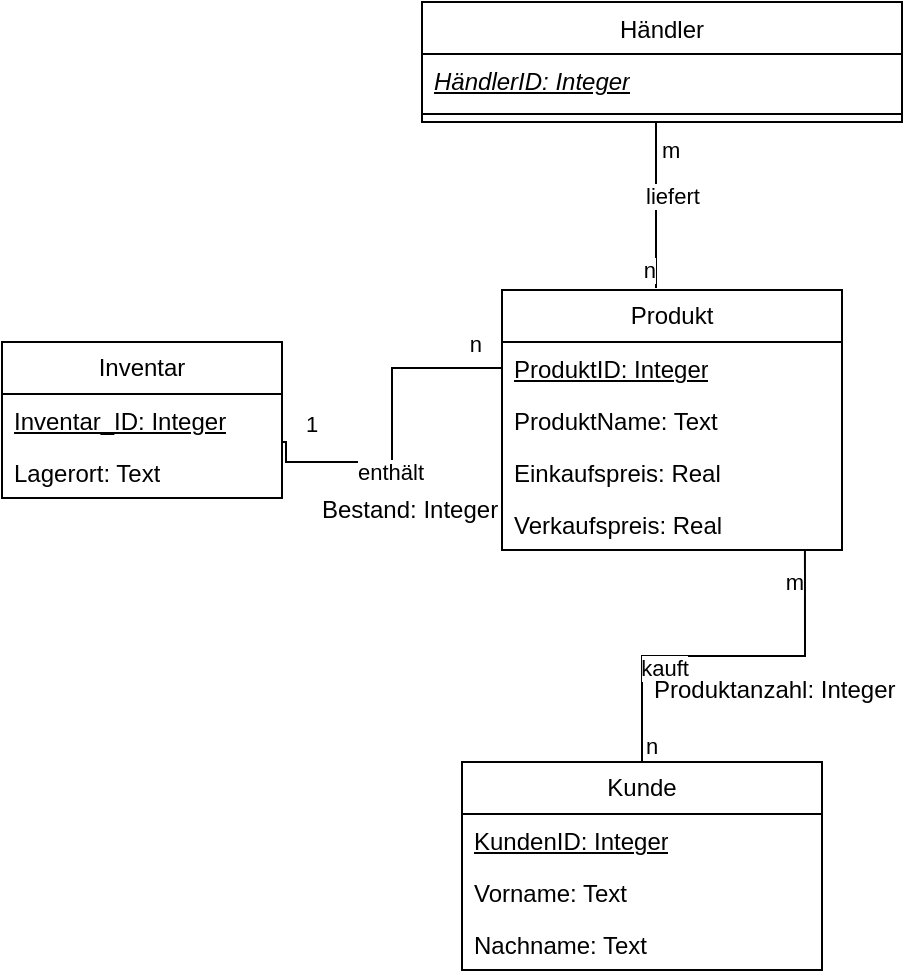
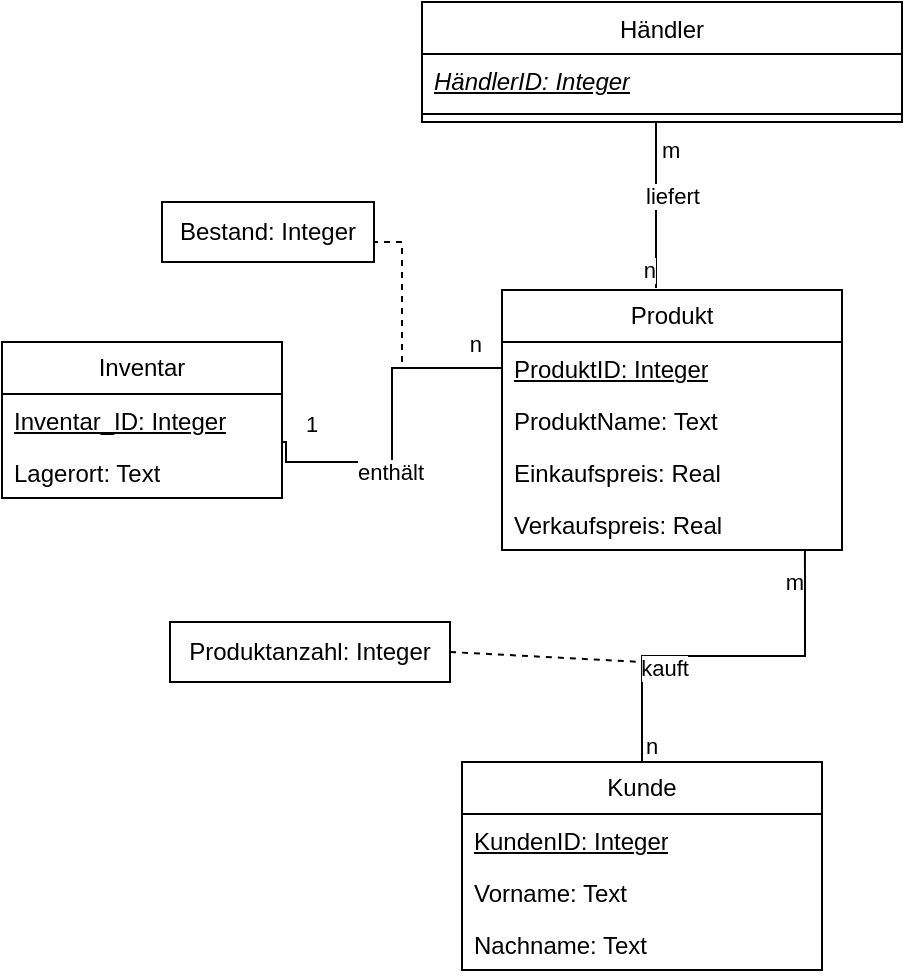
<mxfile host="Electron" agent="Mozilla/5.0 (Windows NT 10.0; Win64; x64) AppleWebKit/537.36 (KHTML, like Gecko) draw.io/23.1.5 Chrome/120.0.6099.109 Electron/28.1.0 Safari/537.36">
  <diagram name="Seite-1" id="zRFhC1JhQhvgA2iYbmPQ">
-     <mxGraphModel dx="589" dy="512" grid="1" gridSize="10" guides="1" tooltips="1" connect="1" arrows="1" fold="1" page="1" pageScale="1" pageWidth="827" pageHeight="1169" math="0" shadow="0">
+     <mxGraphModel dx="1356" dy="885" grid="1" gridSize="10" guides="1" tooltips="1" connect="1" arrows="1" fold="1" page="1" pageScale="1" pageWidth="827" pageHeight="1169" math="0" shadow="0">
      <root>
        <mxCell id="0" />
        <mxCell id="1" parent="0" />
        <mxCell id="Is3GVWOtyZzmBliWF83r-1" parent="1" style="swimlane;fontStyle=0;childLayout=stackLayout;horizontal=1;startSize=26;fillColor=none;horizontalStack=0;resizeParent=1;resizeParentMax=0;resizeLast=0;collapsible=1;marginBottom=0;whiteSpace=wrap;html=1;" value="Inventar" vertex="1">
          <mxGeometry height="78" width="140" x="260" y="340" as="geometry" />
        </mxCell>
        <mxCell id="Is3GVWOtyZzmBliWF83r-2" parent="Is3GVWOtyZzmBliWF83r-1" style="text;strokeColor=none;fillColor=none;align=left;verticalAlign=top;spacingLeft=4;spacingRight=4;overflow=hidden;rotatable=0;points=[[0,0.5],[1,0.5]];portConstraint=eastwest;whiteSpace=wrap;html=1;" value="&lt;u&gt;Inventar_ID: Integer&lt;/u&gt;" vertex="1">
          <mxGeometry height="26" width="140" y="26" as="geometry" />
        </mxCell>
        <mxCell id="yu2kc8jbZQRpU0shBopS-1" parent="Is3GVWOtyZzmBliWF83r-1" style="text;strokeColor=none;fillColor=none;align=left;verticalAlign=top;spacingLeft=4;spacingRight=4;overflow=hidden;rotatable=0;points=[[0,0.5],[1,0.5]];portConstraint=eastwest;whiteSpace=wrap;html=1;" value="Lagerort: Text" vertex="1">
          <mxGeometry height="26" width="140" y="52" as="geometry" />
        </mxCell>
        <mxCell id="Is3GVWOtyZzmBliWF83r-5" parent="1" style="swimlane;fontStyle=0;childLayout=stackLayout;horizontal=1;startSize=26;fillColor=none;horizontalStack=0;resizeParent=1;resizeParentMax=0;resizeLast=0;collapsible=1;marginBottom=0;whiteSpace=wrap;html=1;" value="Produkt" vertex="1">
          <mxGeometry height="130" width="170" x="510" y="314" as="geometry" />
        </mxCell>
        <mxCell id="Is3GVWOtyZzmBliWF83r-6" parent="Is3GVWOtyZzmBliWF83r-5" style="text;strokeColor=none;fillColor=none;align=left;verticalAlign=top;spacingLeft=4;spacingRight=4;overflow=hidden;rotatable=0;points=[[0,0.5],[1,0.5]];portConstraint=eastwest;whiteSpace=wrap;html=1;" value="&lt;u&gt;ProduktID: Integer&lt;/u&gt;" vertex="1">
          <mxGeometry height="26" width="170" y="26" as="geometry" />
        </mxCell>
        <mxCell id="Is3GVWOtyZzmBliWF83r-7" parent="Is3GVWOtyZzmBliWF83r-5" style="text;strokeColor=none;fillColor=none;align=left;verticalAlign=top;spacingLeft=4;spacingRight=4;overflow=hidden;rotatable=0;points=[[0,0.5],[1,0.5]];portConstraint=eastwest;whiteSpace=wrap;html=1;" value="ProduktName: Text" vertex="1">
          <mxGeometry height="26" width="170" y="52" as="geometry" />
        </mxCell>
        <mxCell id="9d2SOzoO8xg9qqlNjvsp-9" parent="Is3GVWOtyZzmBliWF83r-5" style="text;strokeColor=none;fillColor=none;align=left;verticalAlign=top;spacingLeft=4;spacingRight=4;overflow=hidden;rotatable=0;points=[[0,0.5],[1,0.5]];portConstraint=eastwest;whiteSpace=wrap;html=1;" value="Einkaufspreis: Real" vertex="1">
          <mxGeometry height="26" width="170" y="78" as="geometry" />
        </mxCell>
        <mxCell id="Ql6vv8n3iQn83vTSMOCl-1" parent="Is3GVWOtyZzmBliWF83r-5" style="text;strokeColor=none;fillColor=none;align=left;verticalAlign=top;spacingLeft=4;spacingRight=4;overflow=hidden;rotatable=0;points=[[0,0.5],[1,0.5]];portConstraint=eastwest;whiteSpace=wrap;html=1;" value="Verkaufspreis: Real" vertex="1">
          <mxGeometry height="26" width="170" y="104" as="geometry" />
        </mxCell>
        <mxCell id="Is3GVWOtyZzmBliWF83r-9" parent="1" style="swimlane;fontStyle=1;align=center;verticalAlign=top;childLayout=stackLayout;horizontal=1;startSize=26;horizontalStack=0;resizeParent=1;resizeParentMax=0;resizeLast=0;collapsible=1;marginBottom=0;whiteSpace=wrap;html=1;" value="&lt;span style=&quot;font-weight: normal;&quot;&gt;Händler&lt;/span&gt;" vertex="1">
          <mxGeometry height="60" width="240" x="470" y="170" as="geometry" />
        </mxCell>
        <mxCell id="Is3GVWOtyZzmBliWF83r-10" parent="Is3GVWOtyZzmBliWF83r-9" style="text;strokeColor=none;fillColor=none;align=left;verticalAlign=top;spacingLeft=4;spacingRight=4;overflow=hidden;rotatable=0;points=[[0,0.5],[1,0.5]];portConstraint=eastwest;whiteSpace=wrap;html=1;" value="&lt;u&gt;&lt;i&gt;HändlerID: Integer&lt;/i&gt;&lt;/u&gt;" vertex="1">
          <mxGeometry height="26" width="240" y="26" as="geometry" />
        </mxCell>
        <mxCell id="Is3GVWOtyZzmBliWF83r-11" parent="Is3GVWOtyZzmBliWF83r-9" style="line;strokeWidth=1;fillColor=none;align=left;verticalAlign=middle;spacingTop=-1;spacingLeft=3;spacingRight=3;rotatable=0;labelPosition=right;points=[];portConstraint=eastwest;strokeColor=inherit;" value="" vertex="1">
          <mxGeometry height="8" width="240" y="52" as="geometry" />
        </mxCell>
        <mxCell id="Is3GVWOtyZzmBliWF83r-13" parent="1" style="swimlane;fontStyle=0;childLayout=stackLayout;horizontal=1;startSize=26;fillColor=none;horizontalStack=0;resizeParent=1;resizeParentMax=0;resizeLast=0;collapsible=1;marginBottom=0;whiteSpace=wrap;html=1;" value="Kunde" vertex="1">
          <mxGeometry height="104" width="180" x="490" y="550" as="geometry" />
        </mxCell>
        <mxCell id="Is3GVWOtyZzmBliWF83r-19" parent="Is3GVWOtyZzmBliWF83r-13" style="text;strokeColor=none;fillColor=none;align=left;verticalAlign=top;spacingLeft=4;spacingRight=4;overflow=hidden;rotatable=0;points=[[0,0.5],[1,0.5]];portConstraint=eastwest;whiteSpace=wrap;html=1;" value="&lt;u&gt;KundenID: Integer&lt;/u&gt;" vertex="1">
          <mxGeometry height="26" width="180" y="26" as="geometry" />
        </mxCell>
        <mxCell id="Is3GVWOtyZzmBliWF83r-15" parent="Is3GVWOtyZzmBliWF83r-13" style="text;strokeColor=none;fillColor=none;align=left;verticalAlign=top;spacingLeft=4;spacingRight=4;overflow=hidden;rotatable=0;points=[[0,0.5],[1,0.5]];portConstraint=eastwest;whiteSpace=wrap;html=1;" value="Vorname: Text" vertex="1">
          <mxGeometry height="26" width="180" y="52" as="geometry" />
        </mxCell>
        <mxCell id="Is3GVWOtyZzmBliWF83r-16" parent="Is3GVWOtyZzmBliWF83r-13" style="text;strokeColor=none;fillColor=none;align=left;verticalAlign=top;spacingLeft=4;spacingRight=4;overflow=hidden;rotatable=0;points=[[0,0.5],[1,0.5]];portConstraint=eastwest;whiteSpace=wrap;html=1;" value="Nachname: Text" vertex="1">
          <mxGeometry height="26" width="180" y="78" as="geometry" />
        </mxCell>
        <mxCell id="Is3GVWOtyZzmBliWF83r-27" edge="1" parent="1" source="Is3GVWOtyZzmBliWF83r-13" style="endArrow=none;html=1;edgeStyle=orthogonalEdgeStyle;rounded=0;exitX=0.5;exitY=0;exitDx=0;exitDy=0;entryX=0.891;entryY=0.98;entryDx=0;entryDy=0;entryPerimeter=0;" target="Ql6vv8n3iQn83vTSMOCl-1" value="">
          <mxGeometry relative="1" as="geometry">
            <mxPoint x="500" y="500" as="sourcePoint" />
            <mxPoint x="600" y="430" as="targetPoint" />
          </mxGeometry>
        </mxCell>
        <mxCell id="Is3GVWOtyZzmBliWF83r-28" connectable="0" parent="Is3GVWOtyZzmBliWF83r-27" style="edgeLabel;resizable=0;html=1;align=left;verticalAlign=bottom;" value="n" vertex="1">
          <mxGeometry relative="1" x="-1" as="geometry" />
        </mxCell>
        <mxCell id="Is3GVWOtyZzmBliWF83r-29" connectable="0" parent="Is3GVWOtyZzmBliWF83r-27" style="edgeLabel;resizable=0;html=1;align=right;verticalAlign=bottom;" value="m" vertex="1">
          <mxGeometry relative="1" x="1" as="geometry">
            <mxPoint y="25" as="offset" />
          </mxGeometry>
        </mxCell>
        <mxCell id="Is3GVWOtyZzmBliWF83r-30" connectable="0" parent="Is3GVWOtyZzmBliWF83r-27" style="edgeLabel;html=1;align=center;verticalAlign=middle;resizable=0;points=[];" value="kauft" vertex="1">
          <mxGeometry relative="1" x="-0.3267" y="-6" as="geometry">
            <mxPoint as="offset" />
          </mxGeometry>
        </mxCell>
        <mxCell id="Is3GVWOtyZzmBliWF83r-33" edge="1" parent="1" style="endArrow=none;html=1;edgeStyle=orthogonalEdgeStyle;rounded=0;entryX=0.55;entryY=0.01;entryDx=0;entryDy=0;entryPerimeter=0;exitX=0.492;exitY=1.077;exitDx=0;exitDy=0;exitPerimeter=0;" value="">
          <mxGeometry relative="1" as="geometry">
            <Array as="points">
              <mxPoint x="587" y="230" />
            </Array>
            <mxPoint x="588.0799999999999" y="230.00199999999995" as="sourcePoint" />
            <mxPoint x="587" y="313.03999999999996" as="targetPoint" />
          </mxGeometry>
        </mxCell>
        <mxCell id="Is3GVWOtyZzmBliWF83r-34" connectable="0" parent="Is3GVWOtyZzmBliWF83r-33" style="edgeLabel;resizable=0;html=1;align=left;verticalAlign=bottom;" value="m" vertex="1">
          <mxGeometry relative="1" x="-1" as="geometry">
            <mxPoint y="22" as="offset" />
          </mxGeometry>
        </mxCell>
        <mxCell id="Is3GVWOtyZzmBliWF83r-35" connectable="0" parent="Is3GVWOtyZzmBliWF83r-33" style="edgeLabel;resizable=0;html=1;align=right;verticalAlign=bottom;" value="n" vertex="1">
          <mxGeometry relative="1" x="1" as="geometry" />
        </mxCell>
        <mxCell id="Is3GVWOtyZzmBliWF83r-36" connectable="0" parent="Is3GVWOtyZzmBliWF83r-33" style="edgeLabel;html=1;align=center;verticalAlign=middle;resizable=0;points=[];" value="liefert" vertex="1">
          <mxGeometry relative="1" x="-0.0946" y="8" as="geometry">
            <mxPoint as="offset" />
          </mxGeometry>
        </mxCell>
        <mxCell id="Is3GVWOtyZzmBliWF83r-38" edge="1" parent="1" source="Is3GVWOtyZzmBliWF83r-2" style="endArrow=none;html=1;edgeStyle=orthogonalEdgeStyle;rounded=0;entryX=0;entryY=0.5;entryDx=0;entryDy=0;exitX=1;exitY=0.923;exitDx=0;exitDy=0;exitPerimeter=0;" target="Is3GVWOtyZzmBliWF83r-5" value="">
          <mxGeometry relative="1" as="geometry">
            <Array as="points">
              <mxPoint x="402" y="390" />
              <mxPoint x="402" y="400" />
              <mxPoint x="455" y="400" />
              <mxPoint x="455" y="353" />
            </Array>
            <mxPoint x="330" y="430" as="sourcePoint" />
            <mxPoint x="490" y="430" as="targetPoint" />
          </mxGeometry>
        </mxCell>
        <mxCell id="Is3GVWOtyZzmBliWF83r-39" connectable="0" parent="Is3GVWOtyZzmBliWF83r-38" style="edgeLabel;resizable=0;html=1;align=left;verticalAlign=bottom;" value="1" vertex="1">
          <mxGeometry relative="1" x="-1" as="geometry">
            <mxPoint x="10" as="offset" />
          </mxGeometry>
        </mxCell>
        <mxCell id="Is3GVWOtyZzmBliWF83r-40" connectable="0" parent="Is3GVWOtyZzmBliWF83r-38" style="edgeLabel;resizable=0;html=1;align=right;verticalAlign=bottom;" value="n" vertex="1">
          <mxGeometry relative="1" x="1" as="geometry">
            <mxPoint x="-10" y="-29" as="offset" />
          </mxGeometry>
        </mxCell>
        <mxCell id="9d2SOzoO8xg9qqlNjvsp-1" connectable="0" parent="1" style="edgeLabel;html=1;align=center;verticalAlign=middle;resizable=0;points=[];" value="enthält" vertex="1">
          <mxGeometry x="430" y="470" as="geometry">
            <mxPoint x="24" y="-65" as="offset" />
          </mxGeometry>
        </mxCell>
-         <mxCell id="9d2SOzoO8xg9qqlNjvsp-8" parent="1" style="text;strokeColor=none;fillColor=none;align=left;verticalAlign=top;spacingLeft=4;spacingRight=4;overflow=hidden;rotatable=0;points=[[0,0.5],[1,0.5]];portConstraint=eastwest;whiteSpace=wrap;html=1;" value="Produktanzahl: Integer" vertex="1">
-           <mxGeometry height="30" width="140" x="580" y="500" as="geometry" />
+         <mxCell id="hmuFkYNM-rkcYEKJGIrZ-2" edge="1" parent="1" style="endArrow=none;dashed=1;html=1;rounded=0;" value="">
+           <mxGeometry height="50" relative="1" width="50" as="geometry">
+             <Array as="points">
+               <mxPoint x="460" y="290" />
+             </Array>
+             <mxPoint x="460" y="350" as="sourcePoint" />
+             <mxPoint x="440" y="290" as="targetPoint" />
+           </mxGeometry>
        </mxCell>
-         <mxCell id="Is3GVWOtyZzmBliWF83r-3" parent="1" style="text;strokeColor=none;fillColor=none;align=left;verticalAlign=top;spacingLeft=4;spacingRight=4;overflow=hidden;rotatable=0;points=[[0,0.5],[1,0.5]];portConstraint=eastwest;whiteSpace=wrap;html=1;" value="Bestand: Integer" vertex="1">
-           <mxGeometry height="30" width="140" x="414" y="410" as="geometry" />
+         <mxCell id="hmuFkYNM-rkcYEKJGIrZ-3" parent="1" style="rounded=0;whiteSpace=wrap;html=1;" value="&lt;span style=&quot;text-align: left;&quot;&gt;Bestand: Integer&lt;/span&gt;" vertex="1">
+           <mxGeometry height="30" width="106" x="340" y="270" as="geometry" />
+         </mxCell>
+         <mxCell id="hmuFkYNM-rkcYEKJGIrZ-4" parent="1" style="rounded=0;whiteSpace=wrap;html=1;" value="&lt;span style=&quot;text-align: left;&quot;&gt;Produktanzahl: Integer&lt;/span&gt;" vertex="1">
+           <mxGeometry height="30" width="140" x="344" y="480" as="geometry" />
+         </mxCell>
+         <mxCell id="hmuFkYNM-rkcYEKJGIrZ-5" edge="1" parent="1" source="hmuFkYNM-rkcYEKJGIrZ-4" style="endArrow=none;dashed=1;html=1;rounded=0;exitX=1;exitY=0.5;exitDx=0;exitDy=0;" value="">
+           <mxGeometry height="50" relative="1" width="50" as="geometry">
+             <mxPoint x="560" y="510" as="sourcePoint" />
+             <mxPoint x="580" y="500" as="targetPoint" />
+           </mxGeometry>
        </mxCell>
      </root>
    </mxGraphModel>
  </diagram>
</mxfile>
